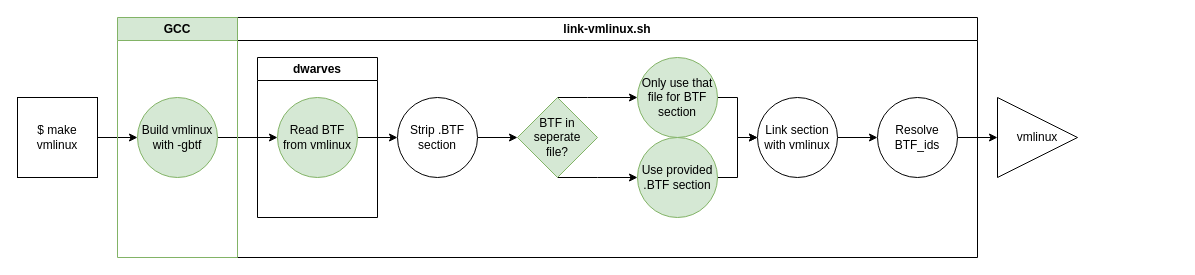
Above: new_vmlinux_btf.drawio in peter-shoes/lsfmm_slides (draw.io), before the change. Source tidied: cells renumbered, new cells numbered last; positions are measured from the earlier drawing's top-left corner, leaving out a move shared by most shapes. Both pictures are drawn from the tidied source at 100%, with x=0, y=0 at pixel (17, 17).
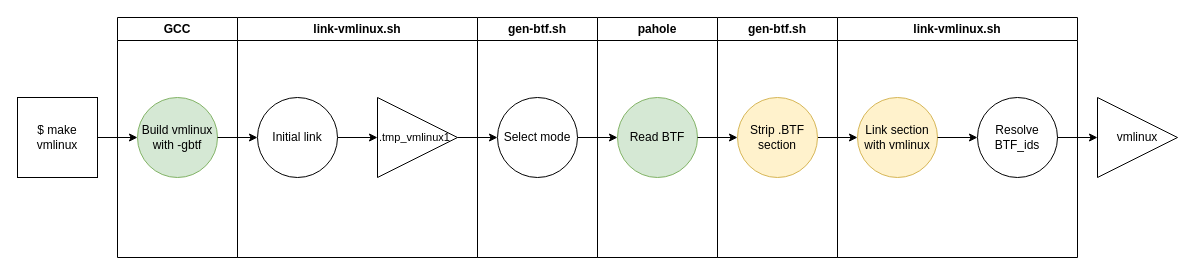
The same diagram, later.

The change refers to these unchanged cells:
```xml
<mxCell id="20" value="Build vmlinux with -gbtf" style="ellipse;whiteSpace=wrap;html=1;fillColor=#d5e8d4;strokeColor=#82b366;" parent="19" vertex="1">
  <mxGeometry x="20" y="80" width="80" height="80" as="geometry" />
</mxCell>
```

What changed in the source:
```diff
@@
     <mxCell id="2" value="link-vmlinux.sh" style="swimlane;whiteSpace=wrap;html=1;" parent="1" vertex="1">
-      <mxGeometry x="220" width="740" height="240" as="geometry" />
+      <mxGeometry x="220" width="240" height="240" as="geometry" />
     </mxCell>
-    <mxCell id="3" value="dwarves" style="swimlane;whiteSpace=wrap;html=1;" parent="2" vertex="1">
-      <mxGeometry x="20" y="40" width="120" height="160" as="geometry" />
-    </mxCell>
-    <mxCell id="4" style="edgeStyle=orthogonalEdgeStyle;rounded=0;jettySize=auto;html=1;exitX=0.5;exitY=0;exitDx=0;exitDy=0;entryX=0;entryY=0.5;entryDx=0;entryDy=0;strokeColor=default;" parent="2" edge="1" source="6" target="8">
-      <mxGeometry relative="1" as="geometry">
-        <Array as="points">
-          <mxPoint x="350" y="80" />
-          <mxPoint x="350" y="80" />
-        </Array>
-      </mxGeometry>
-    </mxCell>
-    <mxCell id="5" style="edgeStyle=orthogonalEdgeStyle;rounded=0;jettySize=auto;html=1;exitX=0.5;exitY=1;exitDx=0;exitDy=0;entryX=0;entryY=0.5;entryDx=0;entryDy=0;" parent="2" edge="1" source="6" target="15">
-      <mxGeometry relative="1" as="geometry">
-        <Array as="points">
-          <mxPoint x="360" y="160" />
-          <mxPoint x="360" y="160" />
-        </Array>
-      </mxGeometry>
-    </mxCell>
-    <mxCell id="6" value="BTF in seperate&lt;div&gt;file?&lt;/div&gt;" style="rhombus;whiteSpace=wrap;html=1;fillColor=#d5e8d4;strokeColor=#82b366;" parent="2" vertex="1">
-      <mxGeometry x="280" y="80" width="80" height="80" as="geometry" />
-    </mxCell>
-    <mxCell id="7" style="edgeStyle=orthogonalEdgeStyle;rounded=0;jettySize=auto;html=1;exitX=1;exitY=0.5;exitDx=0;exitDy=0;entryX=0;entryY=0.5;entryDx=0;entryDy=0;" parent="2" edge="1" source="8" target="11">
-      <mxGeometry relative="1" as="geometry" />
-    </mxCell>
-    <mxCell id="8" value="Only use that file for BTF section" style="ellipse;whiteSpace=wrap;html=1;fillColor=#d5e8d4;strokeColor=#82b366;" parent="2" vertex="1">
-      <mxGeometry x="400" y="40" width="80" height="80" as="geometry" />
-    </mxCell>
-    <mxCell id="9" style="edgeStyle=orthogonalEdgeStyle;rounded=0;jettySize=auto;html=1;" parent="2" edge="1" source="11" target="12">
-      <mxGeometry relative="1" as="geometry" />
-    </mxCell>
-    <mxCell id="10" style="edgeStyle=orthogonalEdgeStyle;rounded=0;jettySize=auto;html=1;" parent="2" edge="1" source="12">
-      <mxGeometry relative="1" as="geometry">
-        <mxPoint x="760" y="120" as="targetPoint" />
-      </mxGeometry>
-    </mxCell>
-    <mxCell id="11" value="Link section with vmlinux" style="ellipse;whiteSpace=wrap;html=1;" parent="2" vertex="1">
-      <mxGeometry x="520" y="80" width="80" height="80" as="geometry" />
-    </mxCell>
-    <mxCell id="12" value="Resolve BTF_ids" style="ellipse;whiteSpace=wrap;html=1;" parent="2" vertex="1">
-      <mxGeometry x="640" y="80" width="80" height="80" as="geometry" />
-    </mxCell>
-    <mxCell id="13" value="vmlinux" style="triangle;whiteSpace=wrap;html=1;" parent="2" vertex="1">
-      <mxGeometry x="760" y="80" width="80" height="80" as="geometry" />
-    </mxCell>
-    <mxCell id="14" style="edgeStyle=orthogonalEdgeStyle;rounded=0;jettySize=auto;html=1;exitX=1;exitY=0.5;exitDx=0;exitDy=0;" parent="2" edge="1" source="15" target="11">
-      <mxGeometry relative="1" as="geometry" />
-    </mxCell>
-    <mxCell id="15" value="Use provided .BTF section" style="ellipse;whiteSpace=wrap;html=1;fillColor=#d5e8d4;strokeColor=#82b366;" parent="2" vertex="1">
-      <mxGeometry x="400" y="120" width="80" height="80" as="geometry" />
-    </mxCell>
-    <mxCell id="16" style="edgeStyle=orthogonalEdgeStyle;rounded=0;jettySize=auto;html=1;" parent="1" edge="1" source="20" target="22">
-      <mxGeometry relative="1" as="geometry" />
-    </mxCell>
+    <mxCell id="25" style="edgeStyle=orthogonalEdgeStyle;rounded=0;jettySize=auto;html=1;" parent="2" edge="1" source="26" target="27">
+      <mxGeometry relative="1" as="geometry" />
+    </mxCell>
+    <mxCell id="26" value="Initial link" style="ellipse;whiteSpace=wrap;html=1;" parent="2" vertex="1">
+      <mxGeometry x="20" y="80" width="80" height="80" as="geometry" />
+    </mxCell>
+    <mxCell id="27" value="&lt;font style=&quot;font-size: 11px;&quot;&gt;.tmp_vmlinux1&lt;/font&gt;" style="triangle;whiteSpace=wrap;html=1;align=left;" parent="2" vertex="1">
+      <mxGeometry x="140" y="80" width="80" height="80" as="geometry" />
+    </mxCell>
@@
-    <mxCell id="19" value="GCC" style="swimlane;whiteSpace=wrap;html=1;fillColor=#d5e8d4;strokeColor=#82b366;" parent="1" vertex="1">
+    <mxCell id="19" value="GCC" style="swimlane;whiteSpace=wrap;html=1;" parent="1" vertex="1">
       <mxGeometry x="100" width="120" height="240" as="geometry" />
     </mxCell>
@@
+    <mxCell id="28" style="edgeStyle=orthogonalEdgeStyle;rounded=0;jettySize=auto;html=1;" parent="1" edge="1" source="20" target="26">
+      <mxGeometry relative="1" as="geometry" />
+    </mxCell>
+    <mxCell id="3" value="gen-btf.sh" style="swimlane;whiteSpace=wrap;html=1;" parent="1" vertex="1">
+      <mxGeometry x="460" width="120" height="240" as="geometry" />
+    </mxCell>
+    <mxCell id="29" style="edgeStyle=orthogonalEdgeStyle;rounded=0;jettySize=auto;html=1;" parent="3" edge="1" source="30" target="22">
+      <mxGeometry relative="1" as="geometry" />
+    </mxCell>
+    <mxCell id="30" value="Select mode" style="ellipse;whiteSpace=wrap;html=1;" parent="3" vertex="1">
+      <mxGeometry x="20" y="80" width="80" height="80" as="geometry" />
+    </mxCell>
+    <mxCell id="22" value="Read BTF" style="ellipse;whiteSpace=wrap;html=1;fillColor=#d5e8d4;strokeColor=#82b366;" parent="3" vertex="1">
+      <mxGeometry x="140" y="80" width="80" height="80" as="geometry" />
+    </mxCell>
+    <mxCell id="31" value="pahole" style="swimlane;whiteSpace=wrap;html=1;" parent="1" vertex="1">
+      <mxGeometry x="580" width="120" height="240" as="geometry" />
+    </mxCell>
+    <mxCell id="32" style="edgeStyle=orthogonalEdgeStyle;rounded=0;jettySize=auto;html=1;" parent="1" edge="1" source="24" target="11">
+      <mxGeometry relative="1" as="geometry" />
+    </mxCell>
+    <mxCell id="24" value="Strip .BTF section" style="ellipse;whiteSpace=wrap;html=1;fillColor=#fff2cc;strokeColor=#d6b656;" parent="1" vertex="1">
+      <mxGeometry x="720" y="80" width="80" height="80" as="geometry" />
+    </mxCell>
+    <mxCell id="33" value="gen-btf.sh" style="swimlane;whiteSpace=wrap;html=1;" parent="1" vertex="1">
+      <mxGeometry x="700" width="120" height="240" as="geometry" />
+    </mxCell>
+    <mxCell id="34" value="link-vmlinux.sh" style="swimlane;whiteSpace=wrap;html=1;" parent="1" vertex="1">
+      <mxGeometry x="820" width="240" height="240" as="geometry" />
+    </mxCell>
+    <mxCell id="11" value="Link section with vmlinux" style="ellipse;whiteSpace=wrap;html=1;fillColor=#fff2cc;strokeColor=#d6b656;" parent="34" vertex="1">
+      <mxGeometry x="20" y="80" width="80" height="80" as="geometry" />
+    </mxCell>
+    <mxCell id="12" value="Resolve BTF_ids" style="ellipse;whiteSpace=wrap;html=1;" parent="34" vertex="1">
+      <mxGeometry x="140" y="80" width="80" height="80" as="geometry" />
+    </mxCell>
+    <mxCell id="9" style="edgeStyle=orthogonalEdgeStyle;rounded=0;jettySize=auto;html=1;" parent="34" edge="1" source="11" target="12">
+      <mxGeometry relative="1" as="geometry" />
+    </mxCell>
+    <mxCell id="35" style="edgeStyle=orthogonalEdgeStyle;rounded=0;jettySize=auto;html=1;" parent="1" edge="1" source="27" target="30">
+      <mxGeometry relative="1" as="geometry" />
+    </mxCell>
@@
-    <mxCell id="22" value="Read BTF from vmlinux" style="ellipse;whiteSpace=wrap;html=1;fillColor=#d5e8d4;strokeColor=#82b366;" parent="1" vertex="1">
-      <mxGeometry x="260" y="80" width="80" height="80" as="geometry" />
-    </mxCell>
-    <mxCell id="23" style="edgeStyle=orthogonalEdgeStyle;rounded=0;jettySize=auto;html=1;" parent="1" edge="1" source="24" target="6">
-      <mxGeometry relative="1" as="geometry" />
-    </mxCell>
-    <mxCell id="24" value="Strip .BTF section" style="ellipse;whiteSpace=wrap;html=1;" parent="1" vertex="1">
-      <mxGeometry x="380" y="80" width="80" height="80" as="geometry" />
-    </mxCell>
+    <mxCell id="36" style="edgeStyle=orthogonalEdgeStyle;rounded=0;jettySize=auto;html=1;" parent="1" edge="1" source="12" target="13">
+      <mxGeometry relative="1" as="geometry" />
+    </mxCell>
+    <mxCell id="13" value="vmlinux" style="triangle;whiteSpace=wrap;html=1;" parent="1" vertex="1">
+      <mxGeometry x="1080" y="80" width="80" height="80" as="geometry" />
+    </mxCell>
```
